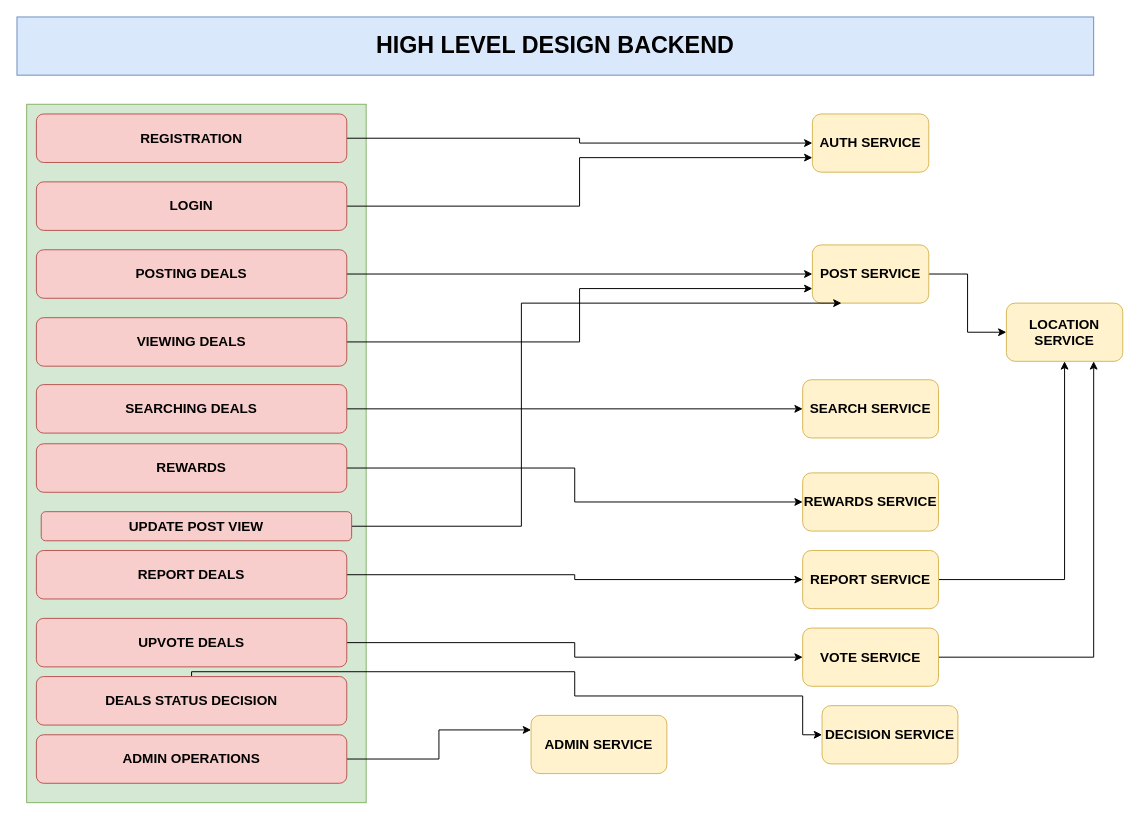
NiharikaBalaga/rewarding-sale-app-docs keeps this draw.io diagram as page "HIGH LEVEL DESIGN BACKEND" (2 of 4) of rewards_app_system_design.drawio. Above is the earlier version. Source tidied: cells renumbered, new cells numbered last; positions are measured from the earlier drawing's top-left corner, leaving out a move shared by most shapes. Both pictures are drawn from the tidied source at 97%, with x=0, y=0 at pixel (16, 16).
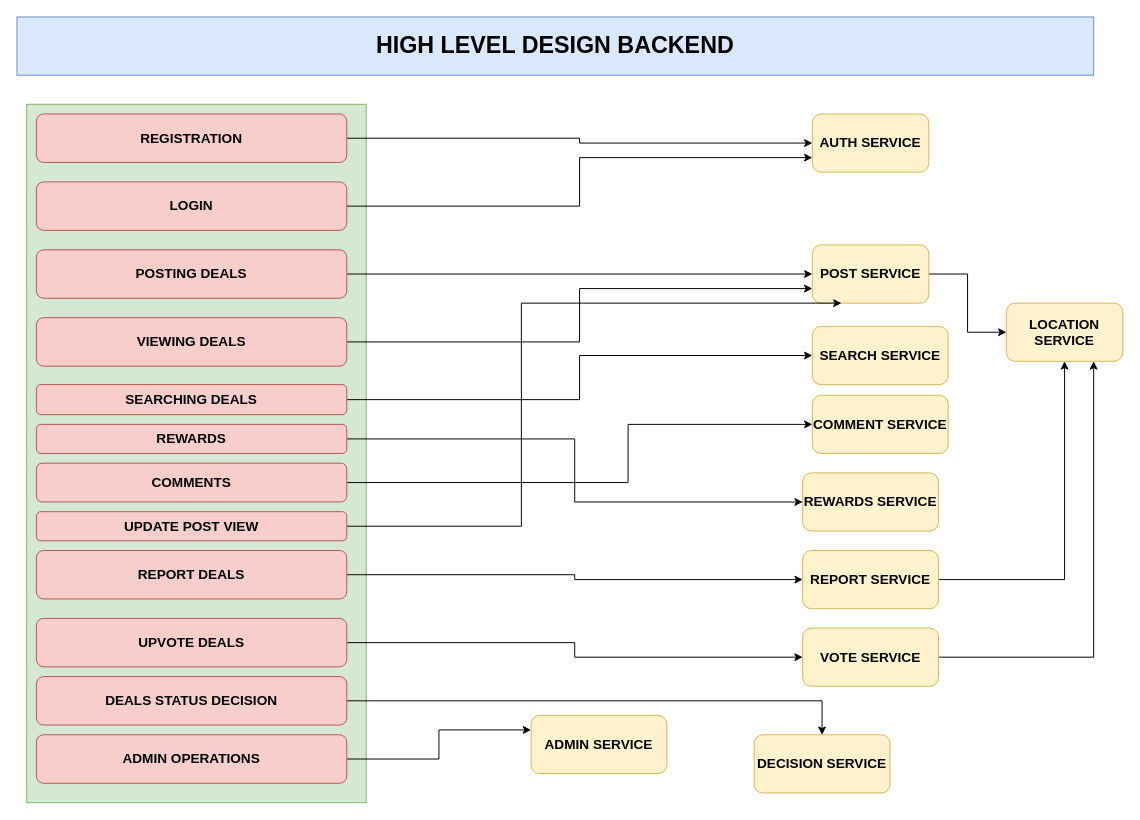
Above is the later version.

The change refers to these unchanged cells:
```xml
<mxCell id="34" value="&lt;h3&gt;DEALS STATUS DECISION&lt;/h3&gt;" style="rounded=1;whiteSpace=wrap;html=1;fillColor=#f8cecc;strokeColor=#b85450;" parent="1" vertex="1">
  <mxGeometry x="20" y="680" width="320" height="50" as="geometry" />
</mxCell>
```

Diff of the diagram source:
```diff
@@
     <mxCell id="13" value="&lt;h3&gt;SEARCHING DEALS&lt;/h3&gt;" style="rounded=1;whiteSpace=wrap;html=1;fillColor=#f8cecc;strokeColor=#b85450;" parent="1" vertex="1">
-      <mxGeometry x="20" y="379" width="320" height="50" as="geometry" />
+      <mxGeometry x="20" y="379" width="320" height="31" as="geometry" />
     </mxCell>
@@
     <mxCell id="15" value="&lt;h3&gt;REWARDS&lt;/h3&gt;" style="rounded=1;whiteSpace=wrap;html=1;fillColor=#f8cecc;strokeColor=#b85450;" parent="1" vertex="1">
-      <mxGeometry x="20" y="440" width="320" height="50" as="geometry" />
+      <mxGeometry x="20" y="420" width="320" height="30" as="geometry" />
     </mxCell>
@@
     <mxCell id="25" value="&lt;h3&gt;SEARCH SERVICE&lt;/h3&gt;" style="rounded=1;whiteSpace=wrap;html=1;fillColor=#fff2cc;strokeColor=#d6b656;" parent="1" vertex="1">
-      <mxGeometry x="810" y="374" width="140" height="60" as="geometry" />
+      <mxGeometry x="820" y="319" width="140" height="60" as="geometry" />
     </mxCell>
@@
-    <mxCell id="33" style="edgeStyle=orthogonalEdgeStyle;rounded=0;jettySize=auto;html=1;entryX=0;entryY=0.5;entryDx=0;entryDy=0;" parent="1" edge="1" source="34" target="35">
+    <mxCell id="33" style="edgeStyle=orthogonalEdgeStyle;rounded=0;jettySize=auto;html=1;exitX=1;exitY=0.5;exitDx=0;exitDy=0;entryX=0.5;entryY=0;entryDx=0;entryDy=0;" parent="1" edge="1" source="34" target="35">
       <mxGeometry relative="1" as="geometry">
         <Array as="points">
-          <mxPoint x="575" y="675" />
-          <mxPoint x="575" y="700" />
-          <mxPoint x="810" y="700" />
+          <mxPoint x="830" y="705" />
         </Array>
       </mxGeometry>
     </mxCell>
@@
     <mxCell id="35" value="&lt;h3&gt;DECISION SERVICE&lt;/h3&gt;" style="rounded=1;whiteSpace=wrap;html=1;fillColor=#fff2cc;strokeColor=#d6b656;" parent="1" vertex="1">
-      <mxGeometry x="830" y="710" width="140" height="60" as="geometry" />
+      <mxGeometry x="760" y="740" width="140" height="60" as="geometry" />
     </mxCell>
@@
     <mxCell id="37" value="&lt;h3&gt;UPDATE POST VIEW&lt;/h3&gt;" style="rounded=1;whiteSpace=wrap;html=1;fillColor=#f8cecc;strokeColor=#b85450;" parent="1" vertex="1">
-      <mxGeometry x="25" y="510" width="320" height="30" as="geometry" />
+      <mxGeometry x="20" y="510" width="320" height="30" as="geometry" />
     </mxCell>
+    <mxCell id="38" style="edgeStyle=orthogonalEdgeStyle;rounded=0;jettySize=auto;html=1;exitX=1;exitY=0.5;exitDx=0;exitDy=0;entryX=0;entryY=0.5;entryDx=0;entryDy=0;" parent="1" edge="1" source="39" target="40">
+      <mxGeometry relative="1" as="geometry">
+        <Array as="points">
+          <mxPoint x="630" y="480" />
+          <mxPoint x="630" y="420" />
+        </Array>
+      </mxGeometry>
+    </mxCell>
+    <mxCell id="39" value="&lt;h3&gt;COMMENTS&lt;/h3&gt;" style="rounded=1;whiteSpace=wrap;html=1;fillColor=#f8cecc;strokeColor=#b85450;" parent="1" vertex="1">
+      <mxGeometry x="20" y="460" width="320" height="40" as="geometry" />
+    </mxCell>
+    <mxCell id="40" value="&lt;h3&gt;COMMENT SERVICE&lt;/h3&gt;" style="rounded=1;whiteSpace=wrap;html=1;fillColor=#fff2cc;strokeColor=#d6b656;" parent="1" vertex="1">
+      <mxGeometry x="820" y="390" width="140" height="60" as="geometry" />
+    </mxCell>
```
